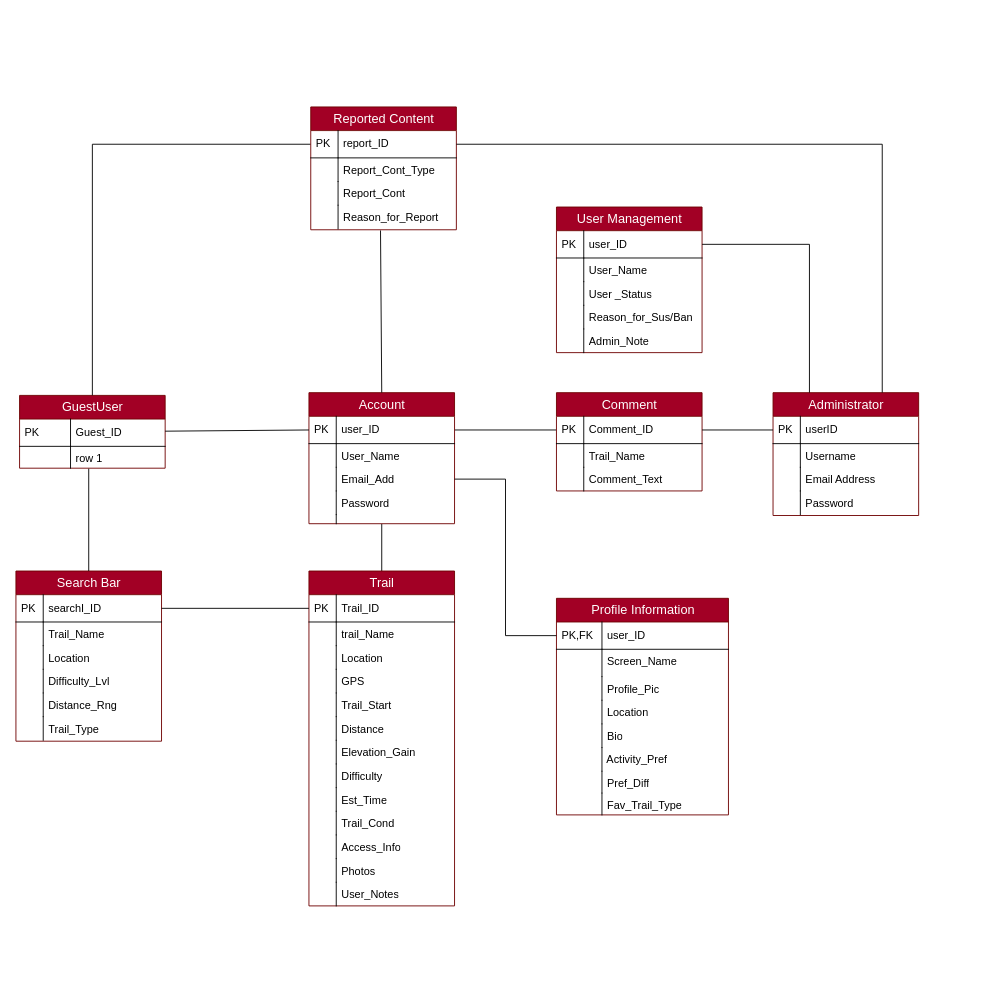
Earlier version of the draw.io diagram ERDWeb.drawio (Sky-monster/Diagrams). Source tidied: cells renumbered, new cells numbered last; positions are measured from the earlier drawing's top-left corner, leaving out a move shared by most shapes. Both pictures are drawn from the tidied source at 91%, with x=0, y=0 at pixel (15, 106).
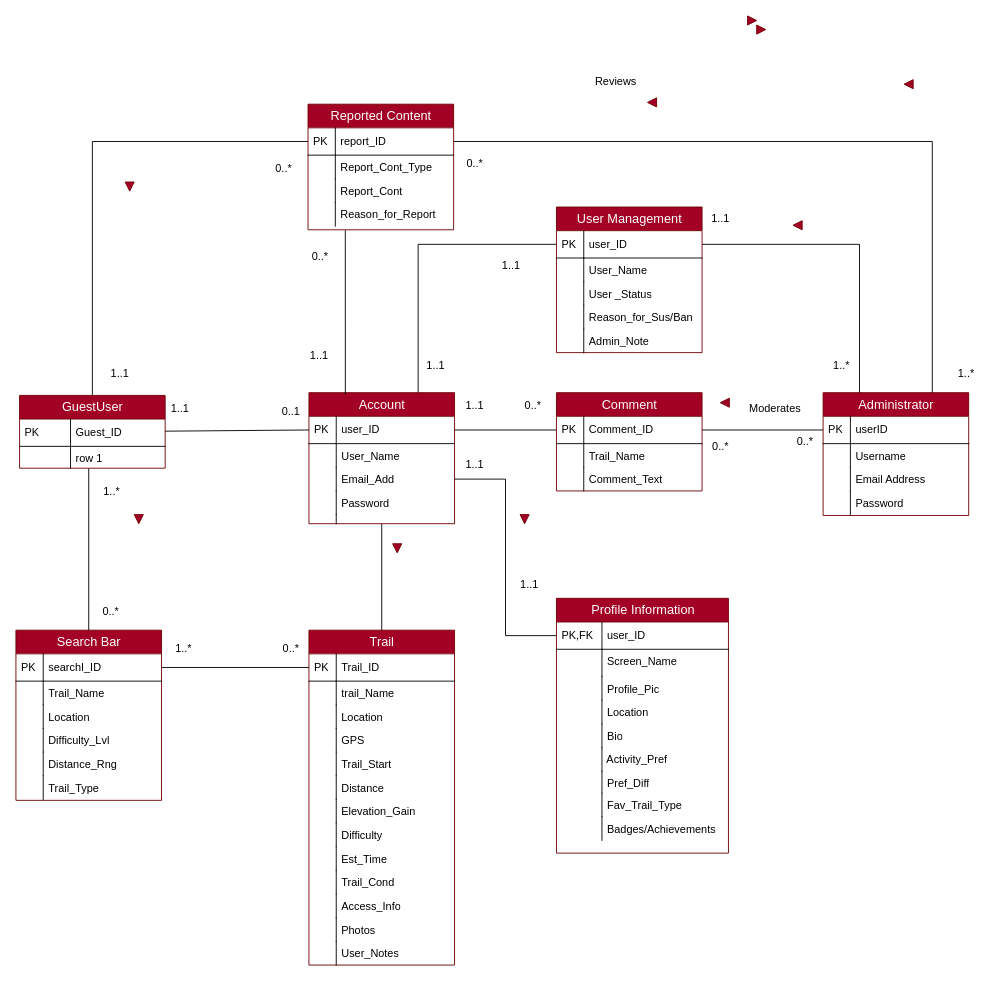
The same diagram, later.

Unchanged cells that the change refers to:
```xml
<mxCell id="3" value="user_ID" style="shape=partialRectangle;top=0;left=0;right=0;bottom=1;html=1;align=left;verticalAlign=middle;fillColor=none;spacingLeft=34;spacingRight=4;whiteSpace=wrap;overflow=hidden;points=[[0,0.5],[1,0.5]];portConstraint=eastwest;fontFamily=Arial;" parent="2" vertex="1">
  <mxGeometry y="26" width="160" height="30" as="geometry" />
</mxCell>
<mxCell id="41" value="Account" style="swimlane;html=1;fontStyle=0;horizontal=1;startSize=26;fillColor=#a20025;swimlaneFillColor=#ffffff;align=center;rounded=0;shadow=0;comic=0;labelBackgroundColor=none;strokeWidth=1;fontFamily=Arial;fontSize=14;fontColor=#ffffff;strokeColor=#6F0000;" parent="1" vertex="1">
  <mxGeometry x="322" y="314" width="160" height="144" as="geometry" />
</mxCell>
<mxCell id="81" value="Reason_for_Report" style="shape=partialRectangle;top=0;left=0;right=0;bottom=0;html=1;align=left;verticalAlign=top;fillColor=none;spacingLeft=34;spacingRight=4;whiteSpace=wrap;overflow=hidden;points=[[0,0.5],[1,0.5]];portConstraint=eastwest;fontFamily=Arial;" parent="74" vertex="1">
  <mxGeometry y="108" width="160" height="26" as="geometry" />
</mxCell>
```

Change to the diagram source:
```diff
@@
     <mxCell id="13" value="Profile Information" style="swimlane;html=1;fontStyle=0;horizontal=1;startSize=26;fillColor=#a20025;swimlaneFillColor=#ffffff;align=center;rounded=0;shadow=0;comic=0;labelBackgroundColor=none;strokeWidth=1;fontFamily=Arial;fontSize=14;fontColor=#ffffff;strokeColor=#6F0000;" parent="1" vertex="1">
-      <mxGeometry x="594" y="540" width="189" height="238" as="geometry" />
+      <mxGeometry x="594" y="540" width="189" height="280" as="geometry" />
     </mxCell>
@@
     <mxCell id="28" value="&amp;nbsp; &amp;nbsp; &amp;nbsp; Fav_Trail_Type" style="shape=partialRectangle;top=0;left=0;right=0;bottom=0;html=1;align=left;verticalAlign=top;fillColor=none;spacingLeft=34;spacingRight=4;whiteSpace=wrap;overflow=hidden;fontFamily=Arial;" parent="13" vertex="1">
-      <mxGeometry y="214" width="189" height="24" as="geometry" />
+      <mxGeometry y="214" width="189" height="26" as="geometry" />
     </mxCell>
     <mxCell id="29" style="shape=partialRectangle;top=0;left=0;bottom=0;html=1;fillColor=none;align=left;verticalAlign=top;spacingLeft=4;spacingRight=4;whiteSpace=wrap;overflow=hidden;fontFamily=Arial;" parent="28" vertex="1">
-      <mxGeometry width="50" height="24" as="geometry" />
+      <mxGeometry width="50" height="26" as="geometry" />
     </mxCell>
+    <mxCell id="123" value="&amp;nbsp; &amp;nbsp; &amp;nbsp; Badges/Achievements" style="shape=partialRectangle;top=0;left=0;right=0;bottom=0;html=1;align=left;verticalAlign=top;fillColor=none;spacingLeft=34;spacingRight=4;whiteSpace=wrap;overflow=hidden;fontFamily=Arial;" parent="13" vertex="1">
+      <mxGeometry y="240" width="189" height="26" as="geometry" />
+    </mxCell>
+    <mxCell id="124" style="shape=partialRectangle;top=0;left=0;bottom=0;html=1;fillColor=none;align=left;verticalAlign=top;spacingLeft=4;spacingRight=4;whiteSpace=wrap;overflow=hidden;fontFamily=Arial;" parent="123" vertex="1">
+      <mxGeometry width="50" height="26" as="geometry" />
+    </mxCell>
     <mxCell id="30" value="Administrator" style="swimlane;html=1;fontStyle=0;horizontal=1;startSize=26;fillColor=#a20025;swimlaneFillColor=#ffffff;align=center;rounded=0;shadow=0;comic=0;labelBackgroundColor=none;strokeWidth=1;fontFamily=Arial;fontSize=14;fontColor=#ffffff;strokeColor=#6F0000;" parent="1" vertex="1">
-      <mxGeometry x="832" y="314" width="160" height="135" as="geometry" />
+      <mxGeometry x="887" y="314" width="160" height="135" as="geometry" />
     </mxCell>
@@
+    <mxCell id="125" style="edgeStyle=orthogonalEdgeStyle;rounded=0;jettySize=auto;html=1;entryX=0;entryY=0.5;entryDx=0;entryDy=0;exitX=0.75;exitY=0;exitDx=0;exitDy=0;endArrow=none;endFill=1;startFill=0;" parent="1" edge="1" source="41" target="3">
+      <mxGeometry relative="1" as="geometry" />
+    </mxCell>
@@
     <mxCell id="57" value="Search Bar" style="swimlane;html=1;fontStyle=0;horizontal=1;startSize=26;fillColor=#a20025;swimlaneFillColor=default;align=center;rounded=0;shadow=0;comic=0;labelBackgroundColor=none;strokeWidth=1;fontFamily=Arial;fontSize=14;swimlaneLine=1;fontColor=#ffffff;strokeColor=#6F0000;swimlaneHead=1;swimlaneBody=1;noLabel=0;portConstraintRotation=0;snapToPoint=0;fixDash=0;movableLabel=0;glass=0;gradientColor=none;" parent="1" vertex="1">
-      <mxGeometry y="510" width="160" height="187" as="geometry" />
+      <mxGeometry y="575" width="160" height="187" as="geometry" />
     </mxCell>
@@
-    <mxCell id="71" style="endArrow=none;html=1;rounded=0;exitX=0.5;exitY=0;exitDx=0;exitDy=0;entryX=0.479;entryY=1.066;entryDx=0;entryDy=0;fontFamily=Arial;entryPerimeter=0;" parent="1" edge="1" source="41" target="81">
-      <mxGeometry relative="1" as="geometry" />
-    </mxCell>
@@
     <mxCell id="74" value="Reported Content" style="swimlane;html=1;fontStyle=0;horizontal=1;startSize=26;fillColor=#a20025;swimlaneFillColor=#ffffff;align=center;rounded=0;shadow=0;comic=0;labelBackgroundColor=none;strokeWidth=1;fontFamily=Arial;fontSize=14;swimlaneLine=1;fontColor=#ffffff;strokeColor=#6F0000;" parent="1" vertex="1">
-      <mxGeometry x="324" width="160" height="135" as="geometry" />
+      <mxGeometry x="321" y="-3" width="160" height="138" as="geometry" />
     </mxCell>
@@
     <mxCell id="90" value="Trail" style="swimlane;html=1;fontStyle=0;horizontal=1;startSize=26;fillColor=#a20025;swimlaneFillColor=#ffffff;align=center;rounded=0;shadow=0;comic=0;labelBackgroundColor=none;strokeWidth=1;fontFamily=Arial;fontSize=14;fontColor=#ffffff;strokeColor=#6F0000;" parent="1" vertex="1">
-      <mxGeometry x="322" y="510" width="160" height="368" as="geometry" />
+      <mxGeometry x="322" y="575" width="160" height="368" as="geometry" />
     </mxCell>
@@
+    <mxCell id="126" value="&lt;font face=&quot;Arial&quot;&gt;0..*&lt;/font&gt;" style="text;html=1;align=center;verticalAlign=middle;strokeColor=none;fillColor=none;" parent="1" vertex="1">
+      <mxGeometry x="274" y="52.5" width="40" height="30" as="geometry" />
+    </mxCell>
+    <mxCell id="127" value="1..1" style="text;html=1;align=center;verticalAlign=middle;strokeColor=none;fillColor=none;" parent="1" vertex="1">
+      <mxGeometry x="94" y="278" width="40" height="30" as="geometry" />
+    </mxCell>
+    <mxCell id="128" value="0..*" style="text;html=1;align=center;verticalAlign=middle;strokeColor=none;fillColor=none;" parent="1" vertex="1">
+      <mxGeometry x="314" y="150" width="40" height="30" as="geometry" />
+    </mxCell>
+    <mxCell id="129" value="1..1" style="text;html=1;align=center;verticalAlign=middle;strokeColor=none;fillColor=none;" parent="1" vertex="1">
+      <mxGeometry x="313" y="258" width="40" height="30" as="geometry" />
+    </mxCell>
+    <mxCell id="130" value="1..1" style="text;html=1;align=center;verticalAlign=middle;strokeColor=none;fillColor=none;" parent="1" vertex="1">
+      <mxGeometry x="484" y="378" width="40" height="30" as="geometry" />
+    </mxCell>
+    <mxCell id="131" value="1..1" style="text;html=1;align=center;verticalAlign=middle;strokeColor=none;fillColor=none;" parent="1" vertex="1">
+      <mxGeometry x="544" y="510" width="40" height="30" as="geometry" />
+    </mxCell>
+    <mxCell id="132" style="rounded=0;jettySize=auto;html=1;entryX=0.256;entryY=1.17;entryDx=0;entryDy=0;entryPerimeter=0;exitX=0.25;exitY=0;exitDx=0;exitDy=0;endArrow=none;startFill=0;" parent="1" edge="1" target="81">
+      <mxGeometry relative="1" as="geometry">
+        <mxPoint x="362" y="316" as="sourcePoint" />
+      </mxGeometry>
+    </mxCell>
+    <mxCell id="133" value="1..1" style="text;html=1;align=center;verticalAlign=middle;strokeColor=none;fillColor=none;" parent="1" vertex="1">
+      <mxGeometry x="524" y="160" width="40" height="30" as="geometry" />
+    </mxCell>
+    <mxCell id="134" value="1..1" style="text;html=1;align=center;verticalAlign=middle;strokeColor=none;fillColor=none;" parent="1" vertex="1">
+      <mxGeometry x="441" y="270" width="40" height="30" as="geometry" />
+    </mxCell>
+    <mxCell id="135" value="0..*" style="text;html=1;align=center;verticalAlign=middle;strokeColor=none;fillColor=none;" parent="1" vertex="1">
+      <mxGeometry x="484" y="48" width="40" height="30" as="geometry" />
+    </mxCell>
+    <mxCell id="136" value="1..*" style="text;html=1;align=center;verticalAlign=middle;strokeColor=none;fillColor=none;" parent="1" vertex="1">
+      <mxGeometry x="1024" y="278" width="40" height="30" as="geometry" />
+    </mxCell>
+    <mxCell id="137" value="1..*" style="text;html=1;align=center;verticalAlign=middle;strokeColor=none;fillColor=none;" parent="1" vertex="1">
+      <mxGeometry x="887" y="270" width="40" height="30" as="geometry" />
+    </mxCell>
+    <mxCell id="138" value="1..1" style="text;html=1;align=center;verticalAlign=middle;strokeColor=none;fillColor=none;" parent="1" vertex="1">
+      <mxGeometry x="754" y="108" width="40" height="30" as="geometry" />
+    </mxCell>
+    <mxCell id="139" value="0..1" style="text;html=1;align=center;verticalAlign=middle;strokeColor=none;fillColor=none;" parent="1" vertex="1">
+      <mxGeometry x="282" y="320" width="40" height="30" as="geometry" />
+    </mxCell>
+    <mxCell id="140" value="1..1" style="text;html=1;align=center;verticalAlign=middle;strokeColor=none;fillColor=none;" parent="1" vertex="1">
+      <mxGeometry x="160" y="317" width="40" height="30" as="geometry" />
+    </mxCell>
+    <mxCell id="141" value="0..*" style="text;html=1;align=center;verticalAlign=middle;strokeColor=none;fillColor=none;" parent="1" vertex="1">
+      <mxGeometry x="84" y="540" width="40" height="30" as="geometry" />
+    </mxCell>
+    <mxCell id="142" value="1..*" style="text;html=1;align=center;verticalAlign=middle;strokeColor=none;fillColor=none;" parent="1" vertex="1">
+      <mxGeometry x="85" y="408" width="40" height="30" as="geometry" />
+    </mxCell>
+    <mxCell id="143" value="0..*" style="text;html=1;align=center;verticalAlign=middle;strokeColor=none;fillColor=none;" parent="1" vertex="1">
+      <mxGeometry x="282" y="580" width="40" height="30" as="geometry" />
+    </mxCell>
+    <mxCell id="144" value="1..*" style="text;html=1;align=center;verticalAlign=middle;strokeColor=none;fillColor=none;" parent="1" vertex="1">
+      <mxGeometry x="164" y="580" width="40" height="30" as="geometry" />
+    </mxCell>
+    <mxCell id="145" value="0..*" style="text;html=1;align=center;verticalAlign=middle;strokeColor=none;fillColor=none;" parent="1" vertex="1">
+      <mxGeometry x="548" y="313" width="40" height="30" as="geometry" />
+    </mxCell>
+    <mxCell id="146" value="1..1" style="text;html=1;align=center;verticalAlign=middle;strokeColor=none;fillColor=none;" parent="1" vertex="1">
+      <mxGeometry x="484" y="313" width="40" height="30" as="geometry" />
+    </mxCell>
+    <mxCell id="147" value="0..*" style="text;html=1;align=center;verticalAlign=middle;strokeColor=none;fillColor=none;" parent="1" vertex="1">
+      <mxGeometry x="754" y="358" width="40" height="30" as="geometry" />
+    </mxCell>
+    <mxCell id="148" value="0..*" style="text;html=1;align=center;verticalAlign=middle;strokeColor=none;fillColor=none;" parent="1" vertex="1">
+      <mxGeometry x="847" y="353" width="40" height="30" as="geometry" />
+    </mxCell>
+    <mxCell id="149" style="triangle;whiteSpace=wrap;html=1;fillColor=#a20025;fontColor=#ffffff;strokeColor=#6F0000;rotation=-180;" parent="1" vertex="1">
+      <mxGeometry x="976" y="-30" width="10" height="10" as="geometry" />
+    </mxCell>
+    <mxCell id="150" style="triangle;whiteSpace=wrap;html=1;fillColor=#a20025;fontColor=#ffffff;strokeColor=#6F0000;rotation=90;" parent="1" vertex="1">
+      <mxGeometry x="554" y="448" width="10" height="10" as="geometry" />
+    </mxCell>
+    <mxCell id="151" style="triangle;whiteSpace=wrap;html=1;fillColor=#a20025;fontColor=#ffffff;strokeColor=#6F0000;" parent="1" vertex="1">
+      <mxGeometry x="804" y="-100" width="10" height="10" as="geometry" />
+    </mxCell>
+    <mxCell id="152" style="triangle;whiteSpace=wrap;html=1;fillColor=#a20025;fontColor=#ffffff;strokeColor=#6F0000;rotation=-180;" parent="1" vertex="1">
+      <mxGeometry x="694" y="-10" width="10" height="10" as="geometry" />
+    </mxCell>
+    <mxCell id="153" value="Reviews" style="text;html=1;align=center;verticalAlign=middle;strokeColor=none;fillColor=none;" parent="1" vertex="1">
+      <mxGeometry x="624" y="-43.5" width="70" height="30" as="geometry" />
+    </mxCell>
+    <mxCell id="154" style="triangle;whiteSpace=wrap;html=1;fillColor=#a20025;fontColor=#ffffff;strokeColor=#6F0000;rotation=-180;" parent="1" vertex="1">
+      <mxGeometry x="774" y="320" width="10" height="10" as="geometry" />
+    </mxCell>
+    <mxCell id="155" value="Moderates" style="text;html=1;align=center;verticalAlign=middle;strokeColor=none;fillColor=none;" parent="1" vertex="1">
+      <mxGeometry x="794" y="316.5" width="80" height="30" as="geometry" />
+    </mxCell>
+    <mxCell id="156" style="triangle;whiteSpace=wrap;html=1;fillColor=#a20025;fontColor=#ffffff;strokeColor=#6F0000;rotation=90;" parent="1" vertex="1">
+      <mxGeometry x="414" y="480" width="10" height="10" as="geometry" />
+    </mxCell>
+    <mxCell id="157" style="triangle;whiteSpace=wrap;html=1;fillColor=#a20025;fontColor=#ffffff;strokeColor=#6F0000;rotation=90;" parent="1" vertex="1">
+      <mxGeometry x="120" y="82.5" width="10" height="10" as="geometry" />
+    </mxCell>
+    <mxCell id="158" style="triangle;whiteSpace=wrap;html=1;fillColor=#a20025;fontColor=#ffffff;strokeColor=#6F0000;rotation=90;" parent="1" vertex="1">
+      <mxGeometry x="130" y="448" width="10" height="10" as="geometry" />
+    </mxCell>
+    <mxCell id="159" style="triangle;whiteSpace=wrap;html=1;fillColor=#a20025;fontColor=#ffffff;strokeColor=#6F0000;rotation=-180;" parent="1" vertex="1">
+      <mxGeometry x="854" y="125" width="10" height="10" as="geometry" />
+    </mxCell>
+    <mxCell id="160" style="triangle;whiteSpace=wrap;html=1;fillColor=#a20025;fontColor=#ffffff;strokeColor=#6F0000;" parent="1" vertex="1">
+      <mxGeometry x="814" y="-90" width="10" height="10" as="geometry" />
+    </mxCell>
```
